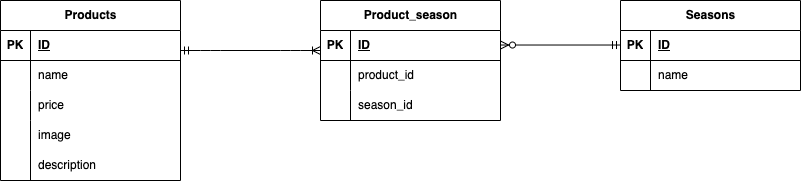
taeko-yanari/test_mogitate keeps this draw.io diagram as docs/er.png. Above is the earlier version. Source tidied: cells renumbered, new cells last; positions are measured from the earlier drawing's top-left corner, leaving out a move shared by most shapes.
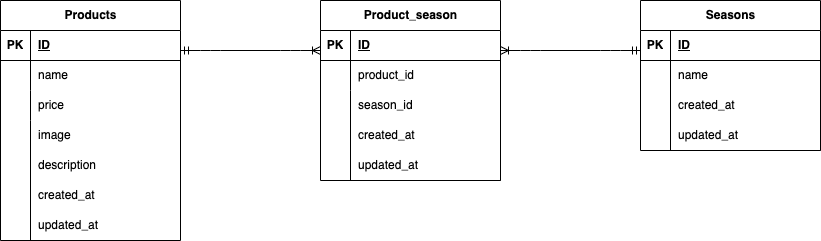
Above is the later version.

Diff of the diagram source:
```diff
@@ -3,7 +3,7 @@
     <mxCell id="0" />
     <mxCell id="1" parent="0" />
     <mxCell id="2" value="Product_season" style="shape=table;startSize=30;rowLines=0;fontStyle=1;align=center;html=1;" parent="1" vertex="1">
-      <mxGeometry x="320" width="180" height="120" as="geometry" />
+      <mxGeometry x="320" width="180" height="180" as="geometry" />
     </mxCell>
     <mxCell id="3" style="shape=tableRow;horizontal=0;startSize=0;swimlaneHead=0;swimlaneBody=0;fillColor=none;top=0;left=0;right=0;bottom=1;" parent="2" vertex="1">
       <mxGeometry y="30" width="180" height="30" as="geometry" />
@@ -33,7 +33,7 @@
       <mxGeometry x="30" width="150" height="30" as="geometry" />
     </mxCell>
     <mxCell id="12" value="Seasons" style="shape=table;startSize=30;rowLines=0;fontStyle=1;align=center;html=1;" parent="1" vertex="1">
-      <mxGeometry x="620" width="180" height="90" as="geometry" />
+      <mxGeometry x="640" width="180" height="150" as="geometry" />
     </mxCell>
     <mxCell id="13" style="shape=tableRow;horizontal=0;startSize=0;swimlaneHead=0;swimlaneBody=0;fillColor=none;top=0;left=0;right=0;bottom=1;" parent="12" vertex="1">
       <mxGeometry y="30" width="180" height="30" as="geometry" />
@@ -54,7 +54,7 @@
       <mxGeometry x="30" width="150" height="30" as="geometry" />
     </mxCell>
     <mxCell id="19" value="Products" style="shape=table;startSize=30;rowLines=0;fontStyle=1;align=center;html=1;" parent="1" vertex="1">
-      <mxGeometry width="180" height="180" as="geometry" />
+      <mxGeometry width="180" height="240" as="geometry" />
     </mxCell>
     <mxCell id="20" style="shape=tableRow;horizontal=0;startSize=0;swimlaneHead=0;swimlaneBody=0;fillColor=none;top=0;left=0;right=0;bottom=1;" parent="19" vertex="1">
       <mxGeometry y="30" width="180" height="30" as="geometry" />
@@ -104,11 +104,32 @@
         </Array>
       </mxGeometry>
     </mxCell>
-    <mxCell id="34" style="fontSize=12;html=1;endArrow=ERzeroToMany;startArrow=ERmandOne;exitX=0;exitY=0.5;exitDx=0;exitDy=0;entryX=1;entryY=0.5;entryDx=0;entryDy=0;" parent="1" edge="1">
-      <mxGeometry relative="1" as="geometry">
-        <mxPoint x="620" y="44.5" as="sourcePoint" />
-        <mxPoint x="500" y="44.5" as="targetPoint" />
-      </mxGeometry>
-    </mxCell>
+    <mxCell id="35" value="created_at" style="shape=partialRectangle;fillColor=none;top=0;left=1;bottom=0;right=0;align=left;spacingLeft=6;overflow=hidden;whiteSpace=wrap;html=1;" parent="1" vertex="1">
+      <mxGeometry x="30" y="180" width="150" height="30" as="geometry" />
+    </mxCell>
+    <mxCell id="36" value="updated_at" style="shape=partialRectangle;fillColor=none;top=0;left=1;bottom=0;right=0;align=left;spacingLeft=6;overflow=hidden;whiteSpace=wrap;html=1;" parent="1" vertex="1">
+      <mxGeometry x="30" y="210" width="150" height="30" as="geometry" />
+    </mxCell>
+    <mxCell id="37" value="&lt;span style=&quot;color: rgb(0, 0, 0);&quot;&gt;created_at&lt;/span&gt;" style="shape=partialRectangle;fillColor=none;top=0;left=1;bottom=0;right=0;align=left;spacingLeft=6;overflow=hidden;whiteSpace=wrap;html=1;fixedWidth=0;" parent="1" vertex="1">
+      <mxGeometry x="350" y="120" width="150" height="30" as="geometry" />
+    </mxCell>
+    <mxCell id="38" value="&lt;span style=&quot;color: rgb(0, 0, 0);&quot;&gt;updated_at&lt;/span&gt;" style="shape=partialRectangle;fillColor=none;top=0;left=1;bottom=0;right=1;align=left;spacingLeft=6;overflow=hidden;whiteSpace=wrap;html=1;" parent="1" vertex="1">
+      <mxGeometry x="350" y="150" width="150" height="30" as="geometry" />
+    </mxCell>
+    <mxCell id="39" value="&lt;span style=&quot;color: rgb(0, 0, 0);&quot;&gt;created_at&lt;/span&gt;" style="shape=partialRectangle;fillColor=none;top=0;left=1;bottom=0;right=0;align=left;spacingLeft=6;overflow=hidden;whiteSpace=wrap;html=1;fixedWidth=0;" parent="1" vertex="1">
+      <mxGeometry x="670" y="90" width="150" height="30" as="geometry" />
+    </mxCell>
+    <mxCell id="40" value="&lt;span style=&quot;color: rgb(0, 0, 0);&quot;&gt;updated_at&lt;/span&gt;" style="shape=partialRectangle;fillColor=none;top=0;left=1;bottom=0;right=1;align=left;spacingLeft=6;overflow=hidden;whiteSpace=wrap;html=1;" parent="1" vertex="1">
+      <mxGeometry x="670" y="120" width="150" height="30" as="geometry" />
+    </mxCell>
+    <mxCell id="41" style="edgeStyle=entityRelationEdgeStyle;fontSize=12;html=1;endArrow=ERmandOne;startArrow=ERoneToMany;startFill=0;endFill=0;" parent="1" edge="1">
+      <mxGeometry relative="1" as="geometry">
+        <mxPoint x="500" y="50" as="sourcePoint" />
+        <mxPoint x="640" y="50" as="targetPoint" />
+        <Array as="points">
+          <mxPoint x="560" y="20" />
+        </Array>
+      </mxGeometry>
+    </mxCell>
   </root>
 </mxGraphModel>
```
